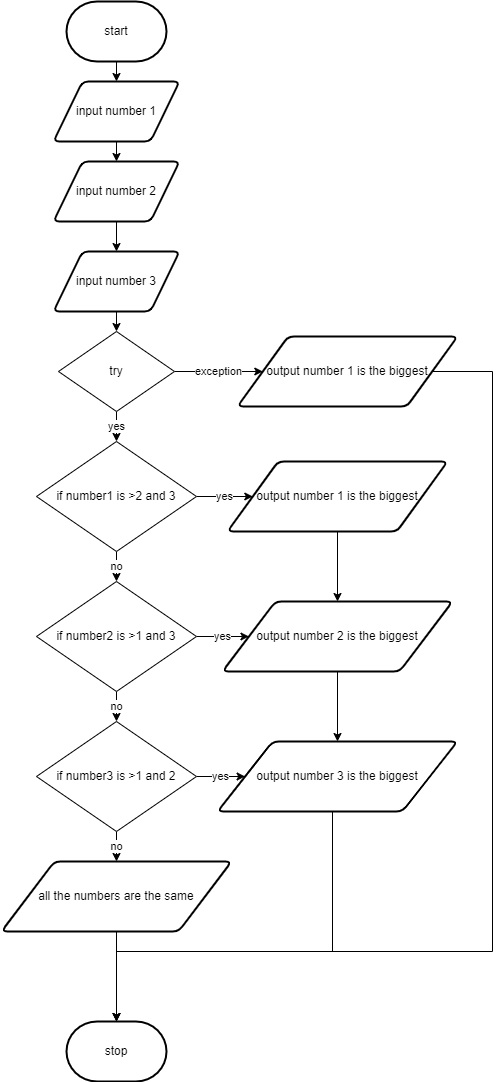
This is flow.png from devin-jhu/ICS3U-Assignment7-Python, a draw.io export, as it was before one commit. Source tidied: cells renumbered, new cells last; positions are measured from the earlier drawing's top-left corner, leaving out a move shared by most shapes.
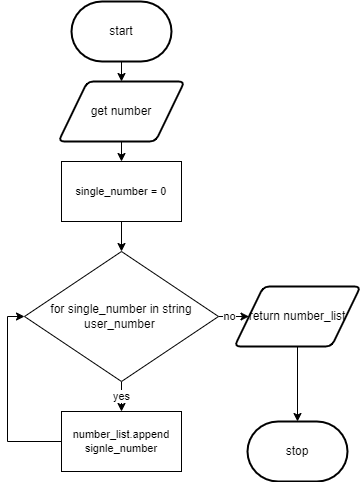
After the commit.

What changed in the source:
```diff
@@ -8,103 +8,48 @@
     <mxCell id="3" value="start" style="strokeWidth=2;html=1;shape=mxgraph.flowchart.terminator;whiteSpace=wrap;" parent="1" vertex="1">
       <mxGeometry x="65" width="100" height="60" as="geometry" />
     </mxCell>
-    <mxCell id="4" style="edgeStyle=orthogonalEdgeStyle;rounded=0;html=1;exitX=0.5;exitY=1;exitDx=0;exitDy=0;" parent="1" edge="1" source="5" target="13">
-      <mxGeometry relative="1" as="geometry" />
+    <mxCell id="4" style="edgeStyle=orthogonalEdgeStyle;rounded=0;html=1;exitX=0.5;exitY=1;exitDx=0;exitDy=0;" parent="1" edge="1" source="5">
+      <mxGeometry relative="1" as="geometry">
+        <mxPoint x="115" y="160" as="targetPoint" />
+      </mxGeometry>
     </mxCell>
-    <mxCell id="5" value="input number 1" style="shape=parallelogram;html=1;strokeWidth=2;perimeter=parallelogramPerimeter;whiteSpace=wrap;rounded=1;arcSize=12;size=0.23;" parent="1" vertex="1">
+    <mxCell id="5" value="get number" style="shape=parallelogram;html=1;strokeWidth=2;perimeter=parallelogramPerimeter;whiteSpace=wrap;rounded=1;arcSize=12;size=0.23;" parent="1" vertex="1">
       <mxGeometry x="52" y="80" width="126" height="60" as="geometry" />
     </mxCell>
     <mxCell id="6" value="stop" style="strokeWidth=2;html=1;shape=mxgraph.flowchart.terminator;whiteSpace=wrap;" parent="1" vertex="1">
-      <mxGeometry x="65" y="1020" width="100" height="60" as="geometry" />
+      <mxGeometry x="241" y="420" width="100" height="60" as="geometry" />
     </mxCell>
-    <mxCell id="7" value="yes" style="edgeStyle=none;html=1;exitX=1;exitY=0.5;exitDx=0;exitDy=0;entryX=0;entryY=0.5;entryDx=0;entryDy=0;" parent="1" edge="1" source="9" target="24">
-      <mxGeometry relative="1" as="geometry" />
-    </mxCell>
-    <mxCell id="8" value="no" style="edgeStyle=none;html=1;exitX=0.5;exitY=1;exitDx=0;exitDy=0;entryX=0.5;entryY=0;entryDx=0;entryDy=0;" parent="1" edge="1" source="9" target="19">
-      <mxGeometry relative="1" as="geometry" />
-    </mxCell>
+    <mxCell id="33" value="no" style="edgeStyle=orthogonalEdgeStyle;shape=connector;rounded=0;html=1;exitX=1;exitY=0.5;exitDx=0;exitDy=0;entryX=0;entryY=0.5;entryDx=0;entryDy=0;labelBackgroundColor=default;fontFamily=Helvetica;fontSize=11;fontColor=default;endArrow=classic;strokeColor=default;" parent="1" edge="1" source="9" target="39">
+      <mxGeometry relative="1" as="geometry" />
+    </mxCell>
+    <mxCell id="34" value="yes" style="edgeStyle=orthogonalEdgeStyle;shape=connector;rounded=0;html=1;exitX=0.5;exitY=1;exitDx=0;exitDy=0;entryX=0.5;entryY=0;entryDx=0;entryDy=0;labelBackgroundColor=default;fontFamily=Helvetica;fontSize=11;fontColor=default;endArrow=classic;strokeColor=default;" parent="1" edge="1" source="9" target="37">
+      <mxGeometry relative="1" as="geometry" />
+    </mxCell>
-    <mxCell id="9" value="if number1 is &amp;gt;2 and 3" style="rhombus;whiteSpace=wrap;html=1;" parent="1" vertex="1">
-      <mxGeometry x="35" y="440" width="160" height="110" as="geometry" />
+    <mxCell id="9" value="for single_number in string user_number&amp;nbsp;" style="rhombus;whiteSpace=wrap;html=1;" parent="1" vertex="1">
+      <mxGeometry x="18" y="250" width="194" height="130" as="geometry" />
     </mxCell>
-    <mxCell id="10" style="edgeStyle=orthogonalEdgeStyle;rounded=0;html=1;exitX=0.5;exitY=1;exitDx=0;exitDy=0;entryX=0.5;entryY=0;entryDx=0;entryDy=0;entryPerimeter=0;" parent="1" edge="1" source="11" target="6">
-      <mxGeometry relative="1" as="geometry">
-        <Array as="points">
-          <mxPoint x="331" y="950" />
-          <mxPoint x="115" y="950" />
-        </Array>
-      </mxGeometry>
-    </mxCell>
-    <mxCell id="11" value="output number 3 is the biggest" style="shape=parallelogram;html=1;strokeWidth=2;perimeter=parallelogramPerimeter;whiteSpace=wrap;rounded=1;arcSize=12;size=0.23;" parent="1" vertex="1">
-      <mxGeometry x="216" y="740" width="240" height="70" as="geometry" />
-    </mxCell>
-    <mxCell id="12" style="edgeStyle=none;html=1;exitX=0.5;exitY=1;exitDx=0;exitDy=0;entryX=0.5;entryY=0;entryDx=0;entryDy=0;" parent="1" edge="1" source="13" target="30">
-      <mxGeometry relative="1" as="geometry" />
-    </mxCell>
-    <mxCell id="13" value="input number 2" style="shape=parallelogram;html=1;strokeWidth=2;perimeter=parallelogramPerimeter;whiteSpace=wrap;rounded=1;arcSize=12;size=0.23;" parent="1" vertex="1">
-      <mxGeometry x="52" y="160" width="126" height="60" as="geometry" />
-    </mxCell>
-    <mxCell id="14" value="yes" style="edgeStyle=none;html=1;exitX=0.5;exitY=1;exitDx=0;exitDy=0;entryX=0.5;entryY=0;entryDx=0;entryDy=0;" parent="1" edge="1" source="16" target="9">
-      <mxGeometry relative="1" as="geometry" />
-    </mxCell>
-    <mxCell id="15" value="exception" style="edgeStyle=none;html=1;exitX=1;exitY=0.5;exitDx=0;exitDy=0;entryX=0;entryY=0.5;entryDx=0;entryDy=0;" parent="1" edge="1" source="16" target="32">
-      <mxGeometry relative="1" as="geometry" />
-    </mxCell>
-    <mxCell id="16" value="try" style="rhombus;whiteSpace=wrap;html=1;" parent="1" vertex="1">
-      <mxGeometry x="57" y="330" width="116" height="80" as="geometry" />
-    </mxCell>
-    <mxCell id="17" value="yes" style="edgeStyle=none;html=1;exitX=1;exitY=0.5;exitDx=0;exitDy=0;entryX=0;entryY=0.5;entryDx=0;entryDy=0;" parent="1" edge="1" source="19" target="26">
-      <mxGeometry relative="1" as="geometry" />
-    </mxCell>
-    <mxCell id="18" value="no" style="edgeStyle=none;html=1;exitX=0.5;exitY=1;exitDx=0;exitDy=0;entryX=0.5;entryY=0;entryDx=0;entryDy=0;" parent="1" edge="1" source="19" target="22">
-      <mxGeometry relative="1" as="geometry" />
-    </mxCell>
-    <mxCell id="19" value="if number2 is &amp;gt;1 and 3" style="rhombus;whiteSpace=wrap;html=1;" parent="1" vertex="1">
-      <mxGeometry x="35" y="580" width="160" height="110" as="geometry" />
-    </mxCell>
-    <mxCell id="20" value="yes" style="edgeStyle=none;html=1;exitX=1;exitY=0.5;exitDx=0;exitDy=0;entryX=0;entryY=0.5;entryDx=0;entryDy=0;" parent="1" edge="1" source="22" target="11">
-      <mxGeometry relative="1" as="geometry" />
-    </mxCell>
-    <mxCell id="21" value="no" style="edgeStyle=none;html=1;exitX=0.5;exitY=1;exitDx=0;exitDy=0;entryX=0.5;entryY=0;entryDx=0;entryDy=0;" parent="1" edge="1" source="22" target="28">
-      <mxGeometry relative="1" as="geometry" />
-    </mxCell>
-    <mxCell id="22" value="if number3 is &amp;gt;1 and 2" style="rhombus;whiteSpace=wrap;html=1;" parent="1" vertex="1">
-      <mxGeometry x="35" y="720" width="160" height="110" as="geometry" />
-    </mxCell>
-    <mxCell id="23" style="edgeStyle=none;html=1;exitX=0.5;exitY=1;exitDx=0;exitDy=0;entryX=0.5;entryY=0;entryDx=0;entryDy=0;" parent="1" edge="1" source="24" target="26">
-      <mxGeometry relative="1" as="geometry" />
-    </mxCell>
-    <mxCell id="24" value="output number 1 is the biggest" style="shape=parallelogram;html=1;strokeWidth=2;perimeter=parallelogramPerimeter;whiteSpace=wrap;rounded=1;arcSize=12;size=0.23;" parent="1" vertex="1">
-      <mxGeometry x="226" y="460" width="220" height="70" as="geometry" />
-    </mxCell>
-    <mxCell id="25" style="edgeStyle=none;html=1;exitX=0.5;exitY=1;exitDx=0;exitDy=0;entryX=0.5;entryY=0;entryDx=0;entryDy=0;" parent="1" edge="1" source="26" target="11">
-      <mxGeometry relative="1" as="geometry" />
-    </mxCell>
-    <mxCell id="26" value="output number 2 is the biggest" style="shape=parallelogram;html=1;strokeWidth=2;perimeter=parallelogramPerimeter;whiteSpace=wrap;rounded=1;arcSize=12;size=0.23;" parent="1" vertex="1">
-      <mxGeometry x="221" y="600" width="230" height="70" as="geometry" />
-    </mxCell>
-    <mxCell id="27" style="edgeStyle=none;html=1;exitX=0.5;exitY=1;exitDx=0;exitDy=0;entryX=0.5;entryY=0;entryDx=0;entryDy=0;entryPerimeter=0;" parent="1" edge="1" source="28" target="6">
-      <mxGeometry relative="1" as="geometry" />
-    </mxCell>
-    <mxCell id="28" value="all the numbers are the same" style="shape=parallelogram;html=1;strokeWidth=2;perimeter=parallelogramPerimeter;whiteSpace=wrap;rounded=1;arcSize=12;size=0.23;" parent="1" vertex="1">
-      <mxGeometry y="860" width="230" height="70" as="geometry" />
-    </mxCell>
-    <mxCell id="29" style="edgeStyle=none;html=1;exitX=0.5;exitY=1;exitDx=0;exitDy=0;entryX=0.5;entryY=0;entryDx=0;entryDy=0;" parent="1" edge="1" source="30" target="16">
-      <mxGeometry relative="1" as="geometry" />
-    </mxCell>
-    <mxCell id="30" value="input number 3" style="shape=parallelogram;html=1;strokeWidth=2;perimeter=parallelogramPerimeter;whiteSpace=wrap;rounded=1;arcSize=12;size=0.23;" parent="1" vertex="1">
-      <mxGeometry x="52" y="250" width="126" height="60" as="geometry" />
-    </mxCell>
+    <mxCell id="35" style="edgeStyle=orthogonalEdgeStyle;shape=connector;rounded=0;html=1;exitX=0.5;exitY=1;exitDx=0;exitDy=0;labelBackgroundColor=default;fontFamily=Helvetica;fontSize=11;fontColor=default;endArrow=classic;strokeColor=default;" parent="1" edge="1" source="31" target="9">
+      <mxGeometry relative="1" as="geometry" />
+    </mxCell>
-    <mxCell id="31" style="edgeStyle=orthogonalEdgeStyle;html=1;exitX=1;exitY=0.5;exitDx=0;exitDy=0;entryX=0.5;entryY=0;entryDx=0;entryDy=0;entryPerimeter=0;rounded=0;" parent="1" edge="1" source="32" target="6">
-      <mxGeometry relative="1" as="geometry">
-        <Array as="points">
-          <mxPoint x="491" y="370" />
-          <mxPoint x="491" y="950" />
-          <mxPoint x="115" y="950" />
-        </Array>
-      </mxGeometry>
+    <mxCell id="31" value="single_number = 0" style="rounded=0;whiteSpace=wrap;html=1;fontFamily=Helvetica;fontSize=11;fontColor=default;" parent="1" vertex="1">
+      <mxGeometry x="55" y="160" width="120" height="60" as="geometry" />
     </mxCell>
-    <mxCell id="32" value="output number 1 is the biggest" style="shape=parallelogram;html=1;strokeWidth=2;perimeter=parallelogramPerimeter;whiteSpace=wrap;rounded=1;arcSize=12;size=0.23;" parent="1" vertex="1">
-      <mxGeometry x="236" y="335" width="220" height="70" as="geometry" />
-    </mxCell>
+    <mxCell id="36" style="edgeStyle=orthogonalEdgeStyle;shape=connector;rounded=0;html=1;exitX=0;exitY=0.5;exitDx=0;exitDy=0;entryX=0;entryY=0.5;entryDx=0;entryDy=0;labelBackgroundColor=default;fontFamily=Helvetica;fontSize=11;fontColor=default;endArrow=classic;strokeColor=default;" parent="1" edge="1" source="37" target="9">
+      <mxGeometry relative="1" as="geometry">
+        <Array as="points">
+          <mxPoint x="1" y="440" />
+          <mxPoint x="1" y="315" />
+        </Array>
+      </mxGeometry>
+    </mxCell>
+    <mxCell id="37" value="number_list.append signle_number" style="rounded=0;whiteSpace=wrap;html=1;fontFamily=Helvetica;fontSize=11;fontColor=default;" parent="1" vertex="1">
+      <mxGeometry x="55" y="410" width="120" height="60" as="geometry" />
+    </mxCell>
+    <mxCell id="38" style="edgeStyle=orthogonalEdgeStyle;shape=connector;rounded=0;html=1;exitX=0.5;exitY=1;exitDx=0;exitDy=0;labelBackgroundColor=default;fontFamily=Helvetica;fontSize=11;fontColor=default;endArrow=classic;strokeColor=default;" parent="1" edge="1" source="39" target="6">
+      <mxGeometry relative="1" as="geometry" />
+    </mxCell>
+    <mxCell id="39" value="return number_list" style="shape=parallelogram;html=1;strokeWidth=2;perimeter=parallelogramPerimeter;whiteSpace=wrap;rounded=1;arcSize=12;size=0.23;" parent="1" vertex="1">
+      <mxGeometry x="228" y="285" width="126" height="60" as="geometry" />
+    </mxCell>
   </root>
 </mxGraphModel>
```
